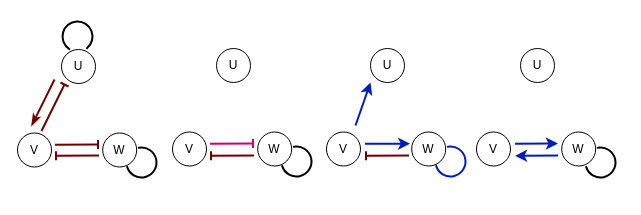
Above: ThesisGraphs/topology.drawio in SofieRu/TuringNetworksThesis (draw.io), before the change. Source tidied: cells renumbered, new cells numbered last; positions are measured from the earlier drawing's top-left corner, leaving out a move shared by most shapes. Both pictures are drawn from the tidied source at 100%, with x=0, y=0 at pixel (17, 21).
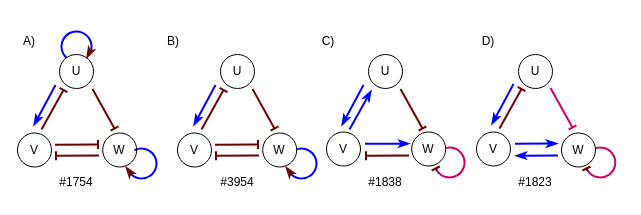
After the change.

Commit message:
new topology drawing

Change to the diagram source:
```diff
@@
+    <mxCell id="30" style="verticalLabelPosition=bottom;verticalAlign=top;html=1;shape=mxgraph.basic.arc;startAngle=0.3047000589964904;endAngle=0.03446505146500207;rotation=-135;gradientColor=none;strokeColor=light-dark(#CC0066,#CC0066);strokeWidth=2;perimeterSpacing=0;direction=east;movableLabel=1;linecap=round;rounded=1;convertToSvg=1;" parent="1" vertex="1">
+      <mxGeometry x="417" y="126" width="30" height="30" as="geometry">
+        <mxPoint x="-12.8" y="2.4" as="offset" />
+      </mxGeometry>
+    </mxCell>
+    <mxCell id="7" style="verticalLabelPosition=bottom;verticalAlign=top;html=1;shape=mxgraph.basic.arc;startAngle=0.3047000589964904;endAngle=0.01337097470474037;rotation=-135;gradientColor=none;strokeColor=light-dark(#0000FF,#0000FF);strokeWidth=2;perimeterSpacing=0;direction=east;movableLabel=1;linecap=round;rounded=1;convertToSvg=1;" parent="1" vertex="1">
+      <mxGeometry x="109" y="127" width="30" height="30" as="geometry">
+        <mxPoint x="-12.8" y="2.4" as="offset" />
+      </mxGeometry>
+    </mxCell>
+    <mxCell id="6" style="verticalLabelPosition=bottom;verticalAlign=top;html=1;shape=mxgraph.basic.arc;startAngle=0.29048393388344096;endAngle=0.009537862117918117;rotation=105;gradientColor=none;strokeColor=light-dark(#0000FF,#0000FF);strokeWidth=2;perimeterSpacing=0;direction=east;movableLabel=1;linecap=round;rounded=1;convertToSvg=1;" parent="1" vertex="1">
+      <mxGeometry x="44" y="10" width="30" height="30" as="geometry">
+        <mxPoint x="-12.8" y="2.4" as="offset" />
+      </mxGeometry>
+    </mxCell>
     <mxCell id="2" value="U" style="ellipse;whiteSpace=wrap;html=1;rounded=1;convertToSvg=1;svgWhiteSpace=wrap;" parent="1" vertex="1">
-      <mxGeometry x="44" y="28" width="34" height="34" as="geometry" />
+      <mxGeometry x="42" y="33" width="34" height="34" as="geometry" />
     </mxCell>
-    <mxCell id="3" value="V" style="ellipse;whiteSpace=wrap;html=1;rounded=1;" parent="1" vertex="1">
+    <mxCell id="3" value="V" style="ellipse;whiteSpace=wrap;html=1;rounded=1;fontColor=#000000;fillColor=light-dark(#FFFFFF,transparent);" parent="1" vertex="1">
       <mxGeometry y="111.5" width="34" height="34" as="geometry" />
     </mxCell>
-    <mxCell id="4" value="W" style="ellipse;whiteSpace=wrap;html=1;rounded=1;" parent="1" vertex="1">
+    <mxCell id="4" value="W" style="ellipse;whiteSpace=wrap;html=1;rounded=1;fontColor=#000000;fillColor=none;" parent="1" vertex="1">
       <mxGeometry x="85.2" y="111.5" width="34" height="34" as="geometry" />
     </mxCell>
@@
-    <mxCell id="6" style="verticalLabelPosition=bottom;verticalAlign=top;html=1;shape=mxgraph.basic.arc;startAngle=0.3;endAngle=0.1;rotation=105;gradientColor=none;strokeColor=light-dark(#000000,#0000FF);strokeWidth=2;perimeterSpacing=0;direction=east;movableLabel=1;linecap=round;rounded=1;convertToSvg=1;" parent="1" vertex="1">
-      <mxGeometry x="45" width="30" height="30" as="geometry">
-        <mxPoint x="-12.8" y="2.4" as="offset" />
-      </mxGeometry>
-    </mxCell>
-    <mxCell id="7" style="verticalLabelPosition=bottom;verticalAlign=top;html=1;shape=mxgraph.basic.arc;startAngle=0.3458570082990789;endAngle=0.07788931382759709;rotation=-135;gradientColor=none;strokeColor=light-dark(#000000,#0000FF);strokeWidth=2;perimeterSpacing=0;direction=east;movableLabel=1;linecap=round;rounded=1;convertToSvg=1;" parent="1" vertex="1">
-      <mxGeometry x="109" y="126" width="30" height="30" as="geometry">
-        <mxPoint x="-12.8" y="2.4" as="offset" />
-      </mxGeometry>
-    </mxCell>
-    <mxCell id="8" value="U" style="ellipse;whiteSpace=wrap;html=1;rounded=1;convertToSvg=1;svgWhiteSpace=wrap;" parent="1" vertex="1">
-      <mxGeometry x="199" y="27" width="34" height="34" as="geometry" />
-    </mxCell>
-    <mxCell id="9" value="V" style="ellipse;whiteSpace=wrap;html=1;rounded=1;" parent="1" vertex="1">
-      <mxGeometry x="155" y="110.5" width="34" height="34" as="geometry" />
-    </mxCell>
-    <mxCell id="10" value="W" style="ellipse;whiteSpace=wrap;html=1;rounded=1;" parent="1" vertex="1">
-      <mxGeometry x="240.2" y="110.5" width="34" height="34" as="geometry" />
-    </mxCell>
-    <mxCell id="11" style="endArrow=baseDash;html=1;strokeWidth=2;fillColor=#a20025;strokeColor=light-dark(#CC0066,#CC0066);endFill=0;" parent="1" edge="1">
-      <mxGeometry relative="1" as="geometry">
-        <mxPoint x="192.5" y="122.3" as="sourcePoint" />
-        <mxPoint x="235.5" y="122" as="targetPoint" />
-      </mxGeometry>
-    </mxCell>
-    <mxCell id="12" style="verticalLabelPosition=bottom;verticalAlign=top;html=1;shape=mxgraph.basic.arc;startAngle=0.3458570082990789;endAngle=0.07788931382759709;rotation=-135;gradientColor=none;strokeColor=light-dark(#000000,#0000FF);strokeWidth=2;perimeterSpacing=0;direction=east;movableLabel=1;linecap=round;rounded=1;convertToSvg=1;" parent="1" vertex="1">
-      <mxGeometry x="264" y="125" width="30" height="30" as="geometry">
-        <mxPoint x="-12.8" y="2.4" as="offset" />
-      </mxGeometry>
-    </mxCell>
-    <mxCell id="13" value="U" style="ellipse;whiteSpace=wrap;html=1;rounded=1;convertToSvg=1;svgWhiteSpace=wrap;" parent="1" vertex="1">
-      <mxGeometry x="353" y="27" width="34" height="34" as="geometry" />
-    </mxCell>
-    <mxCell id="14" value="V" style="ellipse;whiteSpace=wrap;html=1;rounded=1;" parent="1" vertex="1">
+    <mxCell id="14" value="V" style="ellipse;whiteSpace=wrap;html=1;rounded=1;fillColor=none;" parent="1" vertex="1">
       <mxGeometry x="309" y="110.5" width="34" height="34" as="geometry" />
     </mxCell>
-    <mxCell id="15" value="W" style="ellipse;whiteSpace=wrap;html=1;rounded=1;" parent="1" vertex="1">
+    <mxCell id="15" value="W" style="ellipse;whiteSpace=wrap;html=1;rounded=1;fillColor=default;" parent="1" vertex="1">
       <mxGeometry x="394.2" y="110.5" width="34" height="34" as="geometry" />
     </mxCell>
-    <mxCell id="16" style="endArrow=classic;html=1;strokeWidth=2;fillColor=#0050ef;strokeColor=light-dark(#001DBC,#0000CC);endFill=1;startArrow=none;startFill=0;entryX=-0.045;entryY=0.342;entryDx=0;entryDy=0;entryPerimeter=0;" parent="1" edge="1" target="15">
+    <mxCell id="16" style="endArrow=classicThin;html=1;strokeWidth=2;fillColor=#0050ef;strokeColor=light-dark(#0000FF,#0000FF);endFill=1;startArrow=none;startFill=0;entryX=-0.045;entryY=0.342;entryDx=0;entryDy=0;entryPerimeter=0;" parent="1" edge="1" target="15">
       <mxGeometry relative="1" as="geometry">
         <mxPoint x="347.5" y="122.3" as="sourcePoint" />
       </mxGeometry>
     </mxCell>
-    <mxCell id="17" style="verticalLabelPosition=bottom;verticalAlign=top;html=1;shape=mxgraph.basic.arc;startAngle=0.3458570082990789;endAngle=0.07788931382759709;rotation=-135;gradientColor=none;strokeColor=light-dark(#001DBC,#CC0066);strokeWidth=2;perimeterSpacing=0;direction=east;movableLabel=1;linecap=round;rounded=1;convertToSvg=1;" parent="1" vertex="1">
-      <mxGeometry x="418" y="125" width="30" height="30" as="geometry">
-        <mxPoint x="-12.8" y="2.4" as="offset" />
-      </mxGeometry>
-    </mxCell>
-    <mxCell id="18" value="U" style="ellipse;whiteSpace=wrap;html=1;rounded=1;convertToSvg=1;svgWhiteSpace=wrap;" parent="1" vertex="1">
-      <mxGeometry x="503" y="27" width="34" height="34" as="geometry" />
-    </mxCell>
@@
-    <mxCell id="20" value="W" style="ellipse;whiteSpace=wrap;html=1;rounded=1;" parent="1" vertex="1">
-      <mxGeometry x="544.2" y="110.5" width="34" height="34" as="geometry" />
-    </mxCell>
-    <mxCell id="21" style="endArrow=classic;html=1;strokeWidth=2;fillColor=#a20025;strokeColor=light-dark(#001DBC,#0000CC);endFill=1;" parent="1" edge="1">
+    <mxCell id="21" style="endArrow=classicThin;html=1;strokeWidth=2;fillColor=#a20025;strokeColor=light-dark(#0000FF,#0000FF);endFill=1;" parent="1" edge="1">
       <mxGeometry relative="1" as="geometry">
         <mxPoint x="497.5" y="122.3" as="sourcePoint" />
         <mxPoint x="540.5" y="122" as="targetPoint" />
       </mxGeometry>
     </mxCell>
-    <mxCell id="22" style="verticalLabelPosition=bottom;verticalAlign=top;html=1;shape=mxgraph.basic.arc;startAngle=0.3458570082990789;endAngle=0.07788931382759709;rotation=-135;gradientColor=none;strokeColor=light-dark(#000000,#CC0066);strokeWidth=2;perimeterSpacing=0;direction=east;movableLabel=1;linecap=round;rounded=1;convertToSvg=1;" parent="1" vertex="1">
-      <mxGeometry x="568" y="126" width="30" height="30" as="geometry">
-        <mxPoint x="-12.8" y="2.4" as="offset" />
-      </mxGeometry>
-    </mxCell>
@@
-    <mxCell id="24" style="endArrow=none;html=1;strokeWidth=2;fillColor=#a20025;strokeColor=light-dark(#6F0000,#CC0066);endFill=0;startArrow=baseDash;startFill=0;" parent="1" edge="1">
-      <mxGeometry relative="1" as="geometry">
-        <mxPoint x="193.5" y="134.3" as="sourcePoint" />
-        <mxPoint x="236.5" y="134" as="targetPoint" />
-      </mxGeometry>
-    </mxCell>
@@
-    <mxCell id="26" style="endArrow=none;html=1;strokeWidth=2;fillColor=#a20025;strokeColor=light-dark(#001DBC,#0000CC);endFill=0;startArrow=classic;startFill=1;" parent="1" edge="1">
+    <mxCell id="26" style="endArrow=none;html=1;strokeWidth=2;fillColor=#a20025;strokeColor=light-dark(#0000FF,#0000FF);endFill=0;startArrow=classicThin;startFill=1;" parent="1" edge="1">
       <mxGeometry relative="1" as="geometry">
         <mxPoint x="497.5" y="134.3" as="sourcePoint" />
         <mxPoint x="540.5" y="134" as="targetPoint" />
       </mxGeometry>
     </mxCell>
-    <mxCell id="27" style="endArrow=classic;html=1;strokeWidth=2;fillColor=#0050ef;strokeColor=light-dark(#001DBC,#0000CC);endFill=1;startArrow=none;startFill=0;" parent="1" edge="1">
-      <mxGeometry relative="1" as="geometry">
-        <mxPoint x="338" y="104" as="sourcePoint" />
-        <mxPoint x="353" y="61" as="targetPoint" />
-      </mxGeometry>
-    </mxCell>
-    <mxCell id="28" style="endArrow=baseDash;html=1;strokeWidth=2;fillColor=#a20025;strokeColor=light-dark(#6F0000,#CC0066);endFill=0;" parent="1" edge="1">
-      <mxGeometry relative="1" as="geometry">
-        <mxPoint x="24" y="109.5" as="sourcePoint" />
-        <mxPoint x="47" y="63" as="targetPoint" />
-      </mxGeometry>
-    </mxCell>
-    <mxCell id="29" style="endArrow=none;html=1;strokeWidth=2;fillColor=#a20025;strokeColor=light-dark(#6F0000,#0000FF);endFill=0;startArrow=classicThin;startFill=1;" parent="1" edge="1">
+    <mxCell id="29" style="endArrow=none;html=1;strokeWidth=2;fillColor=#a20025;strokeColor=light-dark(#0000FF,#0000FF);endFill=0;startArrow=classicThin;startFill=1;" parent="1" edge="1">
       <mxGeometry relative="1" as="geometry">
-        <mxPoint x="14" y="104.5" as="sourcePoint" />
-        <mxPoint x="37" y="58" as="targetPoint" />
+        <mxPoint x="16" y="104.5" as="sourcePoint" />
+        <mxPoint x="38" y="63.5" as="targetPoint" />
       </mxGeometry>
     </mxCell>
+    <mxCell id="31" style="endArrow=baseDash;html=1;strokeWidth=2;fillColor=#a20025;strokeColor=light-dark(#6F0000,#CC0066);endFill=0;" parent="1" edge="1">
+      <mxGeometry relative="1" as="geometry">
+        <mxPoint x="24" y="108" as="sourcePoint" />
+        <mxPoint x="46" y="68.5" as="targetPoint" />
+      </mxGeometry>
+    </mxCell>
+    <mxCell id="32" style="endArrow=none;html=1;strokeWidth=2;fillColor=#a20025;strokeColor=light-dark(#6F0000,#0000FF);endFill=0;startArrow=classicThin;startFill=1;" parent="1" edge="1">
+      <mxGeometry relative="1" as="geometry">
+        <mxPoint x="69" y="37" as="sourcePoint" />
+        <mxPoint x="71" y="33" as="targetPoint" />
+      </mxGeometry>
+    </mxCell>
+    <mxCell id="33" style="endArrow=none;html=1;strokeWidth=2;fillColor=#a20025;strokeColor=light-dark(#6F0000,#0000FF);endFill=0;startArrow=classicThin;startFill=1;" parent="1" edge="1">
+      <mxGeometry relative="1" as="geometry">
+        <mxPoint x="108" y="145" as="sourcePoint" />
+        <mxPoint x="111" y="149" as="targetPoint" />
+      </mxGeometry>
+    </mxCell>
+    <mxCell id="34" style="endArrow=none;html=1;strokeWidth=2;fillColor=#a20025;strokeColor=light-dark(#6F0000,#CC0066);endFill=0;startArrow=baseDash;startFill=0;" parent="1" edge="1">
+      <mxGeometry relative="1" as="geometry">
+        <mxPoint x="97" y="107" as="sourcePoint" />
+        <mxPoint x="75" y="67.5" as="targetPoint" />
+      </mxGeometry>
+    </mxCell>
+    <mxCell id="35" style="verticalLabelPosition=bottom;verticalAlign=top;html=1;shape=mxgraph.basic.arc;startAngle=0.3047000589964904;endAngle=0.01337097470474037;rotation=-135;gradientColor=none;strokeColor=light-dark(#0000FF,#0000FF);strokeWidth=2;perimeterSpacing=0;direction=east;movableLabel=1;linecap=round;rounded=1;convertToSvg=1;" parent="1" vertex="1">
+      <mxGeometry x="269" y="127" width="30" height="30" as="geometry">
+        <mxPoint x="-12.8" y="2.4" as="offset" />
+      </mxGeometry>
+    </mxCell>
+    <mxCell id="36" value="U" style="ellipse;whiteSpace=wrap;html=1;rounded=1;convertToSvg=1;svgWhiteSpace=wrap;fillColor=none;" parent="1" vertex="1">
+      <mxGeometry x="203" y="33" width="34" height="34" as="geometry" />
+    </mxCell>
+    <mxCell id="9" value="V" style="ellipse;whiteSpace=wrap;html=1;rounded=1;" parent="1" vertex="1">
+      <mxGeometry x="160" y="111.5" width="34" height="34" as="geometry" />
+    </mxCell>
+    <mxCell id="37" value="W" style="ellipse;whiteSpace=wrap;html=1;rounded=1;fillColor=default;" parent="1" vertex="1">
+      <mxGeometry x="245.2" y="111.5" width="34" height="34" as="geometry" />
+    </mxCell>
+    <mxCell id="38" style="endArrow=baseDash;html=1;strokeWidth=2;fillColor=#a20025;strokeColor=light-dark(#6F0000,#CC0066);endFill=0;" parent="1" edge="1">
+      <mxGeometry relative="1" as="geometry">
+        <mxPoint x="197.5" y="123.3" as="sourcePoint" />
+        <mxPoint x="240.5" y="123" as="targetPoint" />
+      </mxGeometry>
+    </mxCell>
+    <mxCell id="39" style="endArrow=none;html=1;strokeWidth=2;fillColor=#a20025;strokeColor=light-dark(#6F0000,#CC0066);endFill=0;startArrow=baseDash;startFill=0;" parent="1" edge="1">
+      <mxGeometry relative="1" as="geometry">
+        <mxPoint x="198.5" y="134.3" as="sourcePoint" />
+        <mxPoint x="241.5" y="134" as="targetPoint" />
+      </mxGeometry>
+    </mxCell>
+    <mxCell id="40" style="endArrow=none;html=1;strokeWidth=2;fillColor=#a20025;strokeColor=light-dark(#0000FF,#0000FF);endFill=0;startArrow=classicThin;startFill=1;" parent="1" edge="1">
+      <mxGeometry relative="1" as="geometry">
+        <mxPoint x="176" y="104.5" as="sourcePoint" />
+        <mxPoint x="198" y="63.5" as="targetPoint" />
+      </mxGeometry>
+    </mxCell>
+    <mxCell id="41" style="endArrow=baseDash;html=1;strokeWidth=2;fillColor=#a20025;strokeColor=light-dark(#6F0000,#CC0066);endFill=0;" parent="1" edge="1">
+      <mxGeometry relative="1" as="geometry">
+        <mxPoint x="184" y="108" as="sourcePoint" />
+        <mxPoint x="206" y="68.5" as="targetPoint" />
+      </mxGeometry>
+    </mxCell>
+    <mxCell id="42" style="endArrow=none;html=1;strokeWidth=2;fillColor=#a20025;strokeColor=light-dark(#6F0000,#0000FF);endFill=0;startArrow=classicThin;startFill=1;" parent="1" edge="1">
+      <mxGeometry relative="1" as="geometry">
+        <mxPoint x="268" y="145" as="sourcePoint" />
+        <mxPoint x="271" y="149" as="targetPoint" />
+      </mxGeometry>
+    </mxCell>
+    <mxCell id="43" style="endArrow=none;html=1;strokeWidth=2;fillColor=#a20025;strokeColor=light-dark(#6F0000,#CC0066);endFill=0;startArrow=baseDash;startFill=0;" parent="1" edge="1">
+      <mxGeometry relative="1" as="geometry">
+        <mxPoint x="257" y="107" as="sourcePoint" />
+        <mxPoint x="235" y="67.5" as="targetPoint" />
+      </mxGeometry>
+    </mxCell>
+    <mxCell id="44" value="U" style="ellipse;whiteSpace=wrap;html=1;rounded=1;convertToSvg=1;svgWhiteSpace=wrap;fillColor=none;" parent="1" vertex="1">
+      <mxGeometry x="351" y="33" width="34" height="34" as="geometry" />
+    </mxCell>
+    <mxCell id="45" style="endArrow=none;html=1;strokeWidth=2;fillColor=#a20025;strokeColor=light-dark(#0000FF,#0000FF);endFill=0;startArrow=classicThin;startFill=1;" parent="1" edge="1">
+      <mxGeometry relative="1" as="geometry">
+        <mxPoint x="324" y="104.5" as="sourcePoint" />
+        <mxPoint x="346" y="63.5" as="targetPoint" />
+      </mxGeometry>
+    </mxCell>
+    <mxCell id="46" style="endArrow=classicThin;html=1;strokeWidth=2;fillColor=#a20025;strokeColor=light-dark(#0000FF,#0000FF);endFill=1;startArrow=none;startFill=0;" parent="1" edge="1">
+      <mxGeometry relative="1" as="geometry">
+        <mxPoint x="332" y="108" as="sourcePoint" />
+        <mxPoint x="354" y="68.5" as="targetPoint" />
+      </mxGeometry>
+    </mxCell>
+    <mxCell id="47" style="endArrow=none;html=1;strokeWidth=2;fillColor=#a20025;strokeColor=light-dark(#6F0000,#CC0066);endFill=0;startArrow=baseDash;startFill=0;" parent="1" edge="1">
+      <mxGeometry relative="1" as="geometry">
+        <mxPoint x="405" y="107" as="sourcePoint" />
+        <mxPoint x="383" y="67.5" as="targetPoint" />
+      </mxGeometry>
+    </mxCell>
+    <mxCell id="48" value="U" style="ellipse;whiteSpace=wrap;html=1;rounded=1;convertToSvg=1;svgWhiteSpace=wrap;" parent="1" vertex="1">
+      <mxGeometry x="501" y="33" width="34" height="34" as="geometry" />
+    </mxCell>
+    <mxCell id="49" style="endArrow=none;html=1;strokeWidth=2;fillColor=#a20025;strokeColor=light-dark(#0000FF,#0000FF);endFill=0;startArrow=classicThin;startFill=1;" parent="1" edge="1">
+      <mxGeometry relative="1" as="geometry">
+        <mxPoint x="474" y="103.5" as="sourcePoint" />
+        <mxPoint x="496" y="62.5" as="targetPoint" />
+      </mxGeometry>
+    </mxCell>
+    <mxCell id="50" style="endArrow=baseDash;html=1;strokeWidth=2;fillColor=#a20025;strokeColor=light-dark(#6F0000,#CC0066);endFill=0;" parent="1" edge="1">
+      <mxGeometry relative="1" as="geometry">
+        <mxPoint x="482" y="107" as="sourcePoint" />
+        <mxPoint x="504" y="67.5" as="targetPoint" />
+      </mxGeometry>
+    </mxCell>
+    <mxCell id="51" style="endArrow=none;html=1;strokeWidth=2;fillColor=#a20025;strokeColor=light-dark(#CC0066,#CC0066);endFill=0;startArrow=baseDash;startFill=0;" parent="1" edge="1">
+      <mxGeometry relative="1" as="geometry">
+        <mxPoint x="555" y="106" as="sourcePoint" />
+        <mxPoint x="533" y="66.5" as="targetPoint" />
+      </mxGeometry>
+    </mxCell>
+    <mxCell id="52" style="verticalLabelPosition=bottom;verticalAlign=top;html=1;shape=mxgraph.basic.arc;startAngle=0.3047000589964904;endAngle=0.03446505146500207;rotation=-135;gradientColor=none;strokeColor=light-dark(#CC0066,#CC0066);strokeWidth=2;perimeterSpacing=0;direction=east;movableLabel=1;linecap=round;rounded=1;convertToSvg=1;" parent="1" vertex="1">
+      <mxGeometry x="567.8" y="126" width="30" height="30" as="geometry">
+        <mxPoint x="-12.8" y="2.4" as="offset" />
+      </mxGeometry>
+    </mxCell>
+    <mxCell id="53" value="W" style="ellipse;whiteSpace=wrap;html=1;rounded=1;fillColor=default;" parent="1" vertex="1">
+      <mxGeometry x="544" y="111.5" width="34" height="34" as="geometry" />
+    </mxCell>
+    <mxCell id="54" style="endArrow=none;html=1;strokeWidth=2;fillColor=#a20025;strokeColor=light-dark(#6F0000,#CC0066);endFill=0;startArrow=baseDash;startFill=0;entryX=0.595;entryY=0.012;entryDx=0;entryDy=0;entryPerimeter=0;" parent="1" edge="1">
+      <mxGeometry relative="1" as="geometry">
+        <mxPoint x="569" y="147" as="sourcePoint" />
+        <mxPoint x="570" y="149" as="targetPoint" />
+      </mxGeometry>
+    </mxCell>
+    <mxCell id="55" style="endArrow=none;html=1;strokeWidth=2;fillColor=#a20025;strokeColor=light-dark(#6F0000,#CC0066);endFill=0;startArrow=baseDash;startFill=0;entryX=0.595;entryY=0.012;entryDx=0;entryDy=0;entryPerimeter=0;" parent="1" edge="1">
+      <mxGeometry relative="1" as="geometry">
+        <mxPoint x="418.2" y="147" as="sourcePoint" />
+        <mxPoint x="419.2" y="149" as="targetPoint" />
+      </mxGeometry>
+    </mxCell>
+    <mxCell id="56" value="&lt;font&gt;#1754&lt;/font&gt;" style="text;strokeColor=none;align=center;fillColor=none;html=1;verticalAlign=middle;whiteSpace=wrap;rounded=0;" parent="1" vertex="1">
+      <mxGeometry x="29" y="145.5" width="60" height="30" as="geometry" />
+    </mxCell>
+    <mxCell id="57" value="&lt;font&gt;#3954&lt;/font&gt;" style="text;strokeColor=none;align=center;fillColor=none;html=1;verticalAlign=middle;whiteSpace=wrap;rounded=0;" parent="1" vertex="1">
+      <mxGeometry x="190" y="145.5" width="60" height="30" as="geometry" />
+    </mxCell>
+    <mxCell id="58" value="&lt;font&gt;#1838&lt;/font&gt;" style="text;strokeColor=none;align=center;fillColor=none;html=1;verticalAlign=middle;whiteSpace=wrap;rounded=0;" parent="1" vertex="1">
+      <mxGeometry x="338" y="145.5" width="60" height="30" as="geometry" />
+    </mxCell>
+    <mxCell id="59" value="&lt;font&gt;#1823&lt;/font&gt;" style="text;strokeColor=none;align=center;fillColor=none;html=1;verticalAlign=middle;whiteSpace=wrap;rounded=0;" parent="1" vertex="1">
+      <mxGeometry x="488" y="145.5" width="60" height="30" as="geometry" />
+    </mxCell>
+    <mxCell id="60" value="&lt;font style=&quot;&quot;&gt;A)&lt;/font&gt;" style="text;strokeColor=none;align=center;fillColor=none;html=1;verticalAlign=middle;whiteSpace=wrap;rounded=0;fontColor=light-dark(#000000,#000000);" parent="1" vertex="1">
+      <mxGeometry y="10" width="24" height="20" as="geometry" />
+    </mxCell>
+    <mxCell id="61" value="&lt;font&gt;B)&lt;/font&gt;" style="text;strokeColor=none;align=center;fillColor=none;html=1;verticalAlign=middle;whiteSpace=wrap;rounded=0;fontColor=#000000;" parent="1" vertex="1">
+      <mxGeometry x="144" y="10" width="24" height="20" as="geometry" />
+    </mxCell>
+    <mxCell id="62" value="&lt;font&gt;C)&lt;/font&gt;" style="text;strokeColor=none;align=center;fillColor=none;html=1;verticalAlign=middle;whiteSpace=wrap;rounded=0;fontColor=#000000;" parent="1" vertex="1">
+      <mxGeometry x="299" y="10" width="24" height="20" as="geometry" />
+    </mxCell>
+    <mxCell id="63" value="&lt;font&gt;D)&lt;/font&gt;" style="text;strokeColor=none;align=center;fillColor=none;html=1;verticalAlign=middle;whiteSpace=wrap;rounded=0;fontColor=#000000;" parent="1" vertex="1">
+      <mxGeometry x="459" y="10" width="24" height="20" as="geometry" />
+    </mxCell>
```
